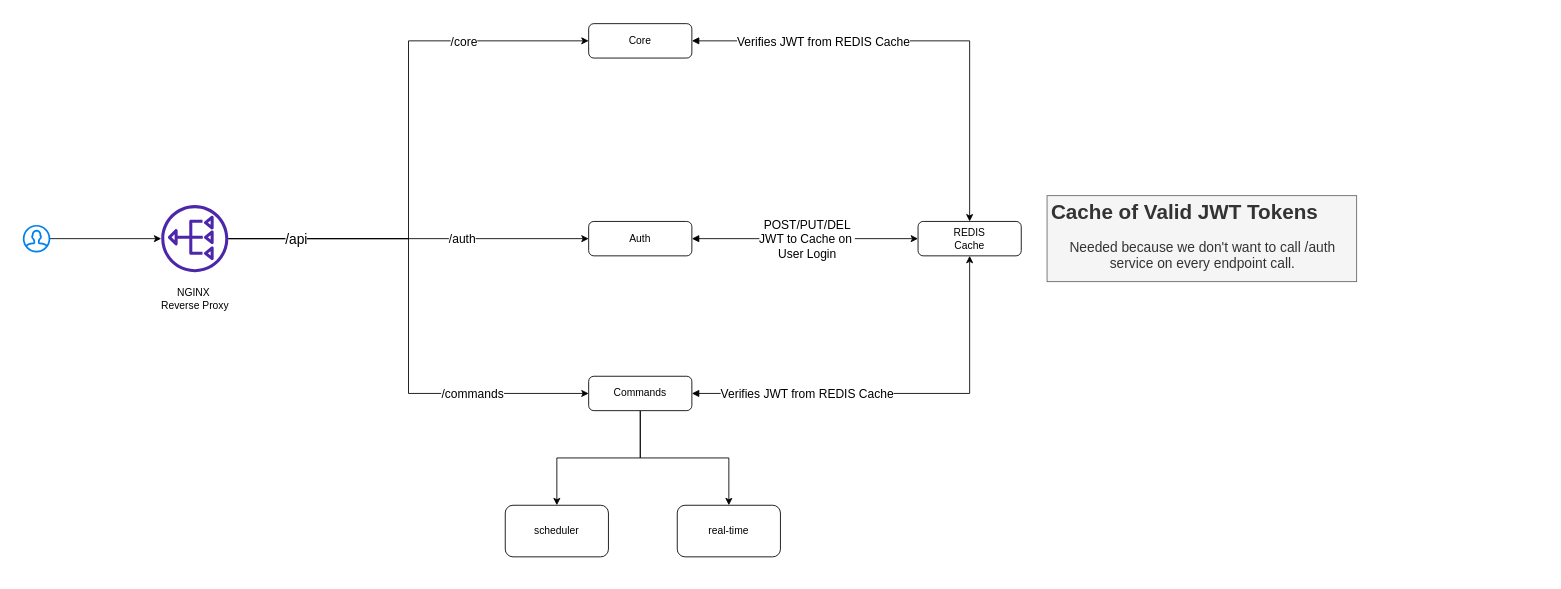
Above: Untitled Diagram.drawio in wxyash/wxyash (draw.io), before the change. Source tidied: cells renumbered, new cells numbered last; positions are measured from the earlier drawing's top-left corner, leaving out a move shared by most shapes. Both pictures are drawn from the tidied source at 86%, with x=0, y=0 at pixel (23, 23).
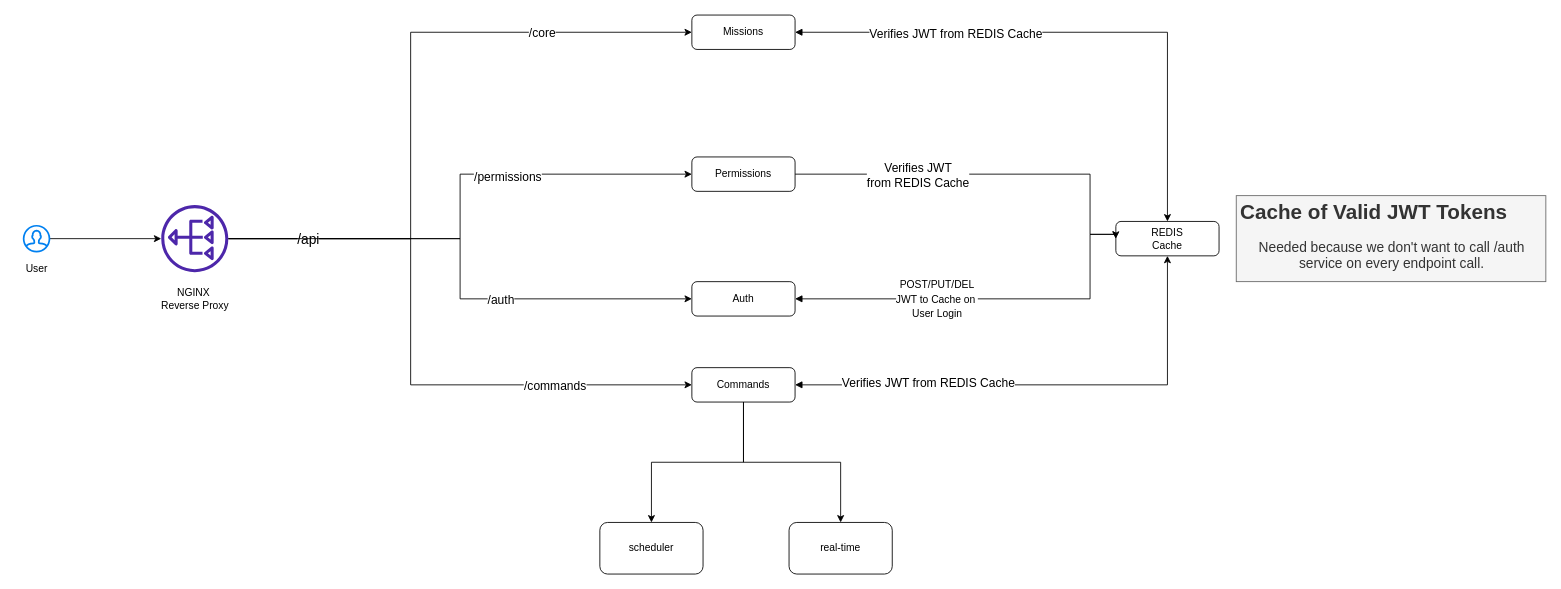
After the change.

Unchanged cells that the change refers to:
```xml
<mxCell id="11" style="sketch=0;outlineConnect=0;fontColor=#232F3E;gradientColor=none;fillColor=#4D27AA;strokeColor=none;dashed=0;verticalLabelPosition=bottom;verticalAlign=top;align=center;html=1;fontSize=12;fontStyle=0;shape=mxgraph.aws4.nat_gateway;rotation=-180;" parent="1" vertex="1">
  <mxGeometry x="160" y="211" width="78" height="78" as="geometry" />
</mxCell>
<mxCell id="19" style="edgeStyle=orthogonalEdgeStyle;rounded=0;jettySize=auto;html=1;entryX=0.5;entryY=1;entryDx=0;entryDy=0;fontSize=16;fontColor=#FFF4C3;startArrow=block;startFill=1;endArrow=classic;endFill=1;" parent="1" edge="1" source="20" target="22">
  <mxGeometry relative="1" as="geometry" />
</mxCell>
```

The edit, as a diff of the source:
```diff
@@
     <mxCell id="6" style="edgeStyle=orthogonalEdgeStyle;rounded=0;jettySize=auto;html=1;entryX=0;entryY=0.5;entryDx=0;entryDy=0;" parent="1" edge="1" source="11" target="16">
-      <mxGeometry relative="1" as="geometry" />
+      <mxGeometry relative="1" as="geometry">
+        <Array as="points">
+          <mxPoint x="450" y="250" />
+          <mxPoint x="450" y="10" />
+        </Array>
+      </mxGeometry>
     </mxCell>
@@
     <mxCell id="8" style="edgeStyle=orthogonalEdgeStyle;rounded=0;jettySize=auto;html=1;entryX=0;entryY=0.5;entryDx=0;entryDy=0;" parent="1" edge="1" source="11" target="20">
-      <mxGeometry relative="1" as="geometry" />
+      <mxGeometry relative="1" as="geometry">
+        <Array as="points">
+          <mxPoint x="450" y="250" />
+          <mxPoint x="450" y="420" />
+        </Array>
+      </mxGeometry>
     </mxCell>
@@
+    <mxCell id="28" style="edgeStyle=orthogonalEdgeStyle;rounded=0;jettySize=auto;html=1;entryX=0;entryY=0.5;entryDx=0;entryDy=0;" parent="1" edge="1" source="11" target="33">
+      <mxGeometry relative="1" as="geometry" />
+    </mxCell>
+    <mxCell id="29" value="&lt;font style=&quot;font-size: 14px;&quot;&gt;/permissions&lt;/font&gt;" style="edgeLabel;html=1;align=center;verticalAlign=middle;" parent="28" vertex="1">
+      <mxGeometry x="0.3" y="-3" relative="1" as="geometry" />
+    </mxCell>
@@
     <mxCell id="12" style="edgeStyle=orthogonalEdgeStyle;rounded=0;jettySize=auto;html=1;entryX=0;entryY=0.5;entryDx=0;entryDy=0;startArrow=block;startFill=1;" parent="1" edge="1" source="13" target="22">
-      <mxGeometry relative="1" as="geometry" />
+      <mxGeometry relative="1" as="geometry">
+        <Array as="points">
+          <mxPoint x="1240" y="320" />
+          <mxPoint x="1240" y="245" />
+        </Array>
+      </mxGeometry>
     </mxCell>
+    <mxCell id="26" value="&lt;font style=&quot;font-size: 12px;&quot;&gt;POST/PUT/DEL&lt;br&gt;JWT to Cache on&amp;nbsp;&lt;br&gt;User Login&lt;/font&gt;" style="edgeLabel;html=1;align=center;verticalAlign=middle;fontSize=14;" parent="12" vertex="1">
+      <mxGeometry x="-0.6" y="1" relative="1" as="geometry">
+        <mxPoint x="73" as="offset" />
+      </mxGeometry>
+    </mxCell>
     <mxCell id="13" value="Auth" style="rounded=1;whiteSpace=wrap;html=1;fontSize=12;glass=0;strokeWidth=1;shadow=0;" parent="1" vertex="1">
-      <mxGeometry x="657" y="230" width="120" height="40" as="geometry" />
+      <mxGeometry x="777" y="300" width="120" height="40" as="geometry" />
     </mxCell>
@@
-    <mxCell id="16" value="Core" style="rounded=1;whiteSpace=wrap;html=1;fontSize=12;glass=0;strokeWidth=1;shadow=0;" parent="1" vertex="1">
-      <mxGeometry x="657" width="120" height="40" as="geometry" />
+    <mxCell id="16" value="Missions" style="rounded=1;whiteSpace=wrap;html=1;fontSize=12;glass=0;strokeWidth=1;shadow=0;" parent="1" vertex="1">
+      <mxGeometry x="777" y="-10" width="120" height="40" as="geometry" />
     </mxCell>
@@
+    <mxCell id="30" value="&lt;span style=&quot;font-size: 14px;&quot;&gt;Verifies JWT from REDIS Cache&lt;/span&gt;" style="edgeLabel;html=1;align=center;verticalAlign=middle;" parent="19" vertex="1">
+      <mxGeometry x="-0.47" y="3" relative="1" as="geometry" />
+    </mxCell>
     <mxCell id="20" value="Commands" style="rounded=1;whiteSpace=wrap;html=1;fontSize=12;glass=0;strokeWidth=1;shadow=0;" parent="1" vertex="1">
-      <mxGeometry x="657" y="410" width="120" height="40" as="geometry" />
+      <mxGeometry x="777" y="400" width="120" height="40" as="geometry" />
     </mxCell>
@@
     <mxCell id="22" value="REDIS&lt;br&gt;Cache" style="rounded=1;whiteSpace=wrap;html=1;fontSize=12;glass=0;strokeWidth=1;shadow=0;" parent="1" vertex="1">
-      <mxGeometry x="1040" y="230" width="120" height="40" as="geometry" />
+      <mxGeometry x="1270" y="230" width="120" height="40" as="geometry" />
     </mxCell>
     <mxCell id="23" value="&lt;h1&gt;Cache of Valid JWT Tokens&lt;/h1&gt;&lt;p style=&quot;text-align: center;&quot;&gt;&lt;font style=&quot;font-size: 16px;&quot;&gt;Needed because we don't want to call /auth service on every endpoint call.&lt;/font&gt;&lt;/p&gt;" style="text;html=1;strokeColor=#666666;fillColor=#f5f5f5;spacing=5;spacingTop=-20;whiteSpace=wrap;overflow=hidden;rounded=0;fontColor=#333333;" parent="1" vertex="1">
-      <mxGeometry x="1190" y="200" width="360" height="100" as="geometry" />
+      <mxGeometry x="1410" y="200" width="360" height="100" as="geometry" />
     </mxCell>
     <mxCell id="24" value="scheduler" style="whiteSpace=wrap;html=1;rounded=1;glass=0;strokeWidth=1;shadow=0;" parent="1" vertex="1">
-      <mxGeometry x="560" y="560" width="120" height="60" as="geometry" />
+      <mxGeometry x="670" y="580" width="120" height="60" as="geometry" />
     </mxCell>
     <mxCell id="25" value="real-time" style="whiteSpace=wrap;html=1;rounded=1;glass=0;strokeWidth=1;shadow=0;" parent="1" vertex="1">
-      <mxGeometry x="760" y="560" width="120" height="60" as="geometry" />
+      <mxGeometry x="890" y="580" width="120" height="60" as="geometry" />
     </mxCell>
-    <mxCell id="26" value="POST/PUT/DEL&lt;br&gt;JWT to Cache on&amp;nbsp;&lt;br&gt;User Login" style="edgeLabel;html=1;align=center;verticalAlign=middle;fontSize=14;fontColor=#000000;" parent="1" vertex="1">
-      <mxGeometry x="910" y="250" as="geometry" />
-    </mxCell>
-    <mxCell id="27" value="Verifies JWT from REDIS Cache" style="edgeLabel;html=1;align=center;verticalAlign=middle;fontSize=14;fontColor=#000000;" parent="1" vertex="1">
-      <mxGeometry x="910" y="430" as="geometry" />
-    </mxCell>
+    <mxCell id="31" style="edgeStyle=orthogonalEdgeStyle;rounded=0;jettySize=auto;html=1;entryX=0;entryY=0.5;entryDx=0;entryDy=0;fontSize=14;" parent="1" edge="1" source="33" target="22">
+      <mxGeometry relative="1" as="geometry">
+        <Array as="points">
+          <mxPoint x="1240" y="175" />
+          <mxPoint x="1240" y="245" />
+        </Array>
+      </mxGeometry>
+    </mxCell>
+    <mxCell id="32" value="&lt;span style=&quot;font-size: 14px;&quot;&gt;Verifies JWT &lt;br&gt;from REDIS Cache&lt;/span&gt;" style="edgeLabel;html=1;align=center;verticalAlign=middle;fontSize=12;" parent="31" vertex="1">
+      <mxGeometry x="-0.66" y="-2" relative="1" as="geometry">
+        <mxPoint x="66" y="-2" as="offset" />
+      </mxGeometry>
+    </mxCell>
+    <mxCell id="33" value="Permissions" style="rounded=1;whiteSpace=wrap;html=1;fontSize=12;glass=0;strokeWidth=1;shadow=0;" parent="1" vertex="1">
+      <mxGeometry x="777" y="155" width="120" height="40" as="geometry" />
+    </mxCell>
+    <mxCell id="34" value="User" style="text;html=1;align=center;verticalAlign=middle;strokeColor=none;fillColor=none;fontSize=12;" parent="1" vertex="1">
+      <mxGeometry x="-10" y="270" width="50" height="30" as="geometry" />
+    </mxCell>
```
